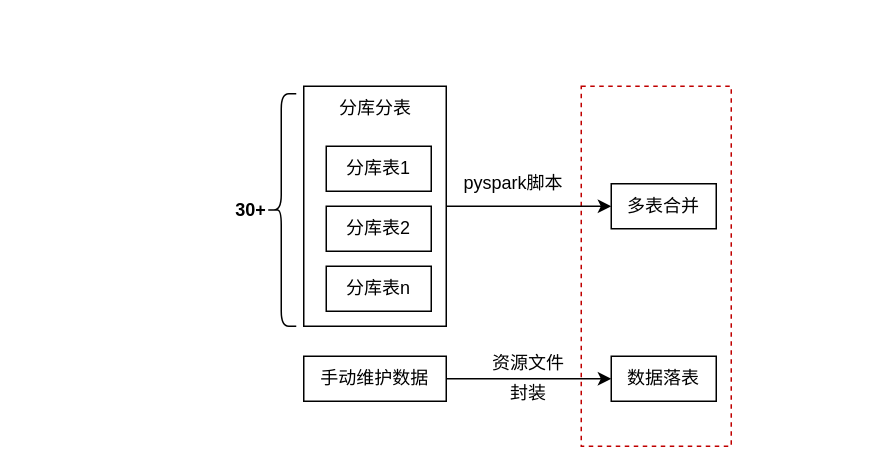
This is mt巽风.drawio from mineminemine123/work-wiki, a draw.io file, before an edit. Source tidied: cells renumbered, new cells numbered last; positions are measured from the earlier drawing's top-left corner, leaving out a move shared by most shapes. Both pictures are drawn from the tidied source at 150%, with x=0, y=0 at pixel (206, 86).
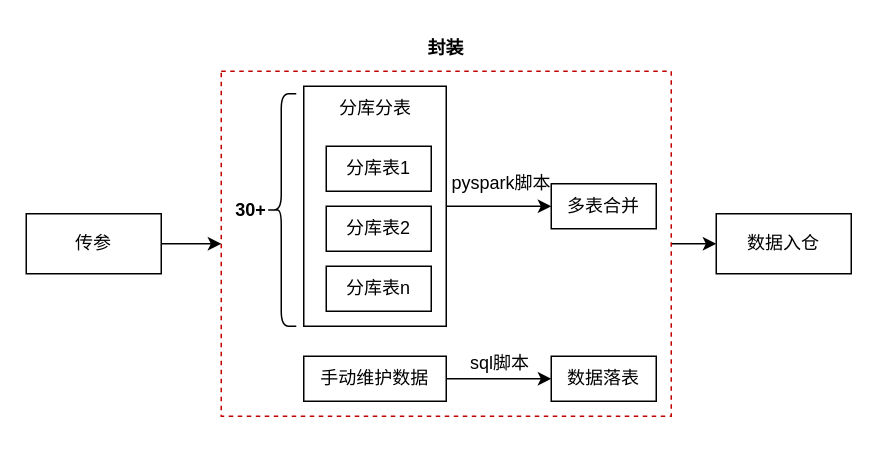
The same diagram, later.

Diff of the diagram source:
```diff
@@
+    <mxCell id="18" style="edgeStyle=orthogonalEdgeStyle;rounded=0;jettySize=auto;html=1;exitX=1;exitY=0.5;exitDx=0;exitDy=0;" parent="1" edge="1" source="2" target="21">
+      <mxGeometry relative="1" as="geometry" />
+    </mxCell>
     <mxCell id="2" style="rounded=0;whiteSpace=wrap;html=1;dashed=1;strokeColor=#C00000;" parent="1" vertex="1">
-      <mxGeometry x="250" width="100" height="240" as="geometry" />
+      <mxGeometry x="10" y="-10" width="300" height="230" as="geometry" />
     </mxCell>
@@
     <mxCell id="6" value="多表合并" style="rounded=0;whiteSpace=wrap;html=1;" parent="1" vertex="1">
-      <mxGeometry x="270" y="65" width="70" height="30" as="geometry" />
+      <mxGeometry x="230" y="65" width="70" height="30" as="geometry" />
     </mxCell>
@@
     <mxCell id="9" value="pyspark脚本" style="text;html=1;strokeColor=none;fillColor=none;align=center;verticalAlign=middle;whiteSpace=wrap;rounded=0;" parent="1" vertex="1">
-      <mxGeometry x="170" y="50" width="70" height="30" as="geometry" />
+      <mxGeometry x="162" y="50" width="70" height="30" as="geometry" />
     </mxCell>
@@
     <mxCell id="12" value="数据落表" style="rounded=0;whiteSpace=wrap;html=1;" parent="1" vertex="1">
-      <mxGeometry x="270" y="180" width="70" height="30" as="geometry" />
+      <mxGeometry x="230" y="180" width="70" height="30" as="geometry" />
     </mxCell>
-    <mxCell id="13" value="资源文件" style="text;html=1;strokeColor=none;fillColor=none;align=center;verticalAlign=middle;whiteSpace=wrap;rounded=0;" parent="1" vertex="1">
-      <mxGeometry x="180" y="170" width="70" height="30" as="geometry" />
+    <mxCell id="13" value="sql脚本" style="text;html=1;strokeColor=none;fillColor=none;align=center;verticalAlign=middle;whiteSpace=wrap;rounded=0;" parent="1" vertex="1">
+      <mxGeometry x="161" y="170" width="70" height="30" as="geometry" />
     </mxCell>
@@
+    <mxCell id="19" style="edgeStyle=orthogonalEdgeStyle;rounded=0;jettySize=auto;html=1;exitX=1;exitY=0.5;exitDx=0;exitDy=0;entryX=0;entryY=0.5;entryDx=0;entryDy=0;" parent="1" edge="1" source="20" target="2">
+      <mxGeometry relative="1" as="geometry" />
+    </mxCell>
+    <mxCell id="20" value="传参" style="rounded=0;whiteSpace=wrap;html=1;" parent="1" vertex="1">
+      <mxGeometry x="-120" y="85" width="90" height="40" as="geometry" />
+    </mxCell>
+    <mxCell id="21" value="数据入仓" style="rounded=0;whiteSpace=wrap;html=1;" parent="1" vertex="1">
+      <mxGeometry x="340" y="85" width="90" height="40" as="geometry" />
+    </mxCell>
-    <mxCell id="17" value="封装" style="text;html=1;strokeColor=none;fillColor=none;align=center;verticalAlign=middle;whiteSpace=wrap;rounded=0;" parent="1" vertex="1">
-      <mxGeometry x="180" y="190" width="70" height="30" as="geometry" />
+    <mxCell id="17" value="&lt;b&gt;封装&lt;/b&gt;" style="text;html=1;strokeColor=none;fillColor=none;align=center;verticalAlign=middle;whiteSpace=wrap;rounded=0;" parent="1" vertex="1">
+      <mxGeometry x="130" y="-40" width="60" height="30" as="geometry" />
     </mxCell>
```
